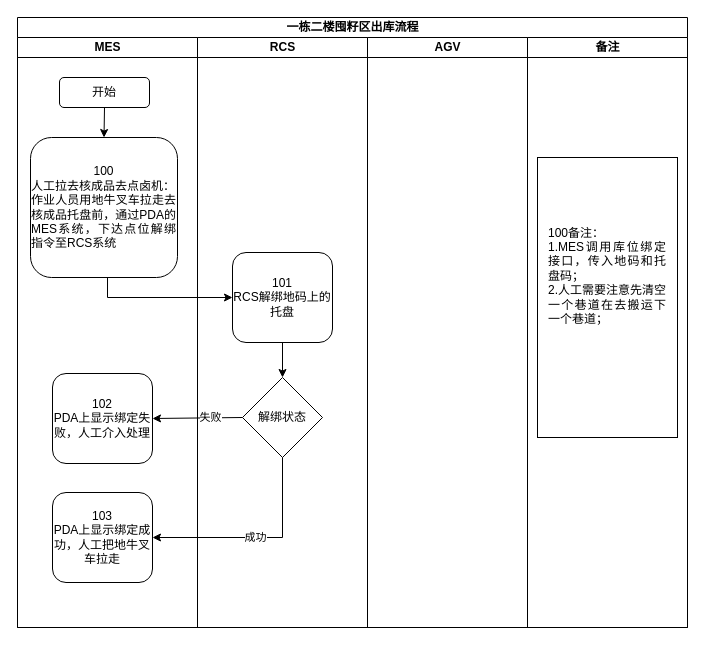
Before: page "一栋二楼囤籽区出库流程" (7 of 18) of data/伍子醉-无MES业务流程图.drawio in chenyanxi/hosts, a draw.io diagram. Source tidied: cells renumbered, new cells numbered last; positions are measured from the earlier drawing's top-left corner, leaving out a move shared by most shapes. Both pictures are drawn from the tidied source at 100%, with x=0, y=0 at pixel (17, 17).
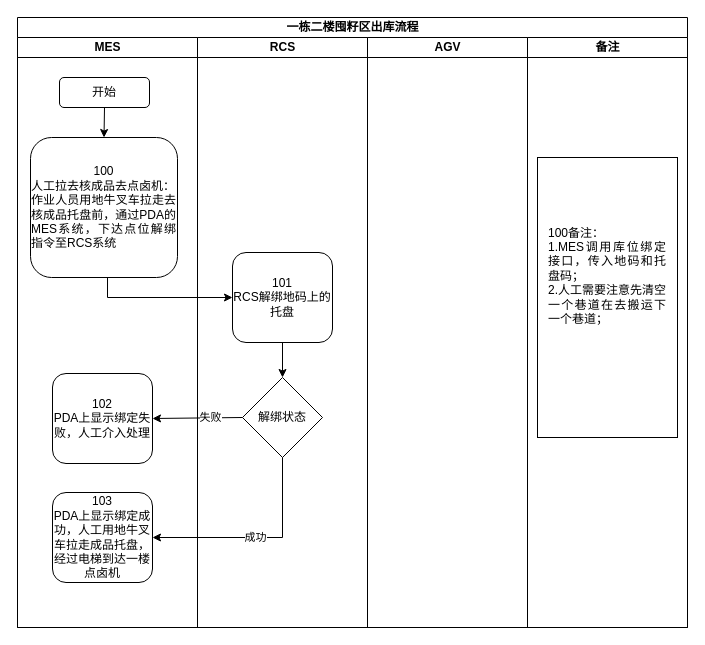
Above is the later version.

Diff of the diagram source:
```diff
@@
-    <mxCell id="13" value="&lt;div&gt;&lt;font face=&quot;Helvetica&quot; style=&quot;font-size: 12px;&quot;&gt;103&lt;/font&gt;&lt;/div&gt;&lt;font face=&quot;Helvetica&quot;&gt;&lt;span style=&quot;font-size: 12px;&quot;&gt;PDA上显示绑定成功，人工把地牛叉车拉走&lt;/span&gt;&lt;/font&gt;" style="rounded=1;whiteSpace=wrap;html=1;shadow=0;labelBackgroundColor=none;strokeWidth=1;fontFamily=Verdana;fontSize=8;align=center;" parent="1" vertex="1">
+    <mxCell id="13" value="&lt;div&gt;&lt;font face=&quot;Helvetica&quot; style=&quot;font-size: 12px;&quot;&gt;103&lt;/font&gt;&lt;/div&gt;&lt;font face=&quot;Helvetica&quot;&gt;&lt;span style=&quot;font-size: 12px;&quot;&gt;PDA上显示绑定成功，人工用地牛叉车拉走成品托盘，经过电梯到达一楼点卤机&lt;/span&gt;&lt;/font&gt;" style="rounded=1;whiteSpace=wrap;html=1;shadow=0;labelBackgroundColor=none;strokeWidth=1;fontFamily=Verdana;fontSize=8;align=center;" parent="1" vertex="1">
       <mxGeometry x="35" y="475" width="100" height="90" as="geometry" />
     </mxCell>
```
